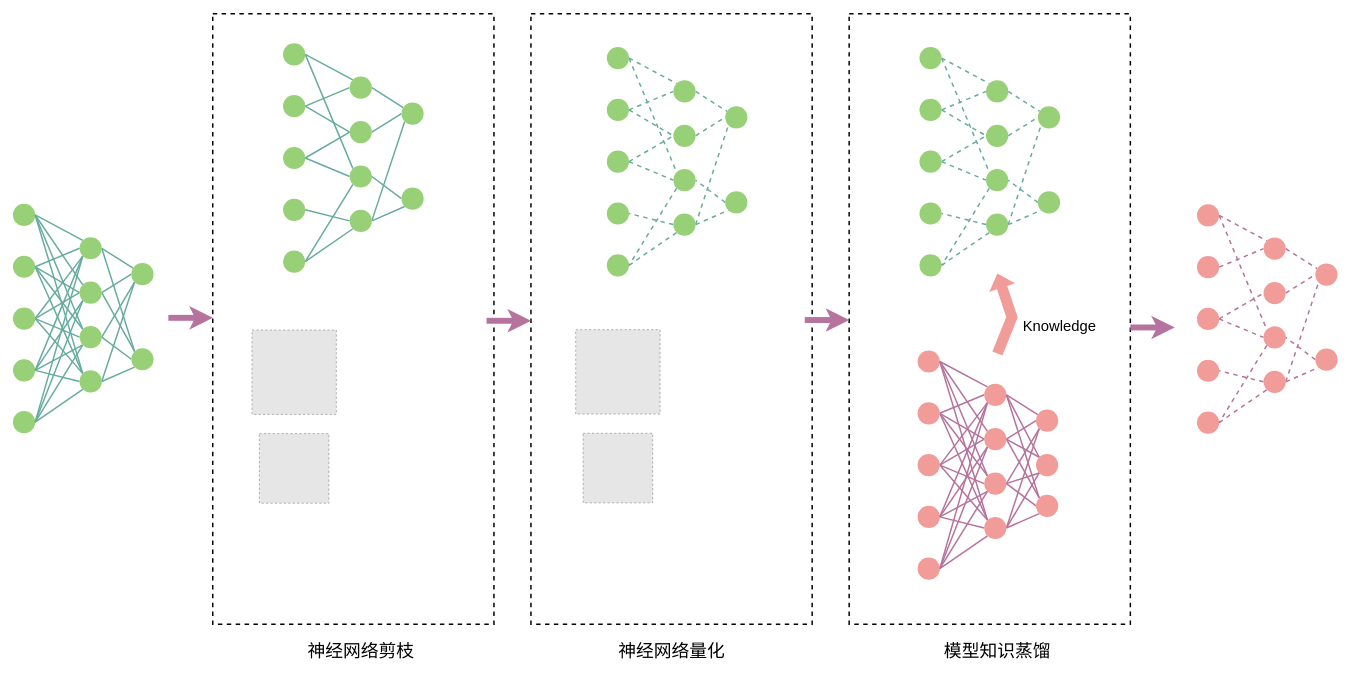
Before: compression.drawio in lsq4747/img, a draw.io diagram. Source tidied: cells renumbered, new cells numbered last; positions are measured from the earlier drawing's top-left corner, leaving out a move shared by most shapes. Both pictures are drawn from the tidied source at 74%, with x=0, y=0 at pixel (13, 13). Pictures stored in the file or linked from it are replaced by grey dashed boxes.
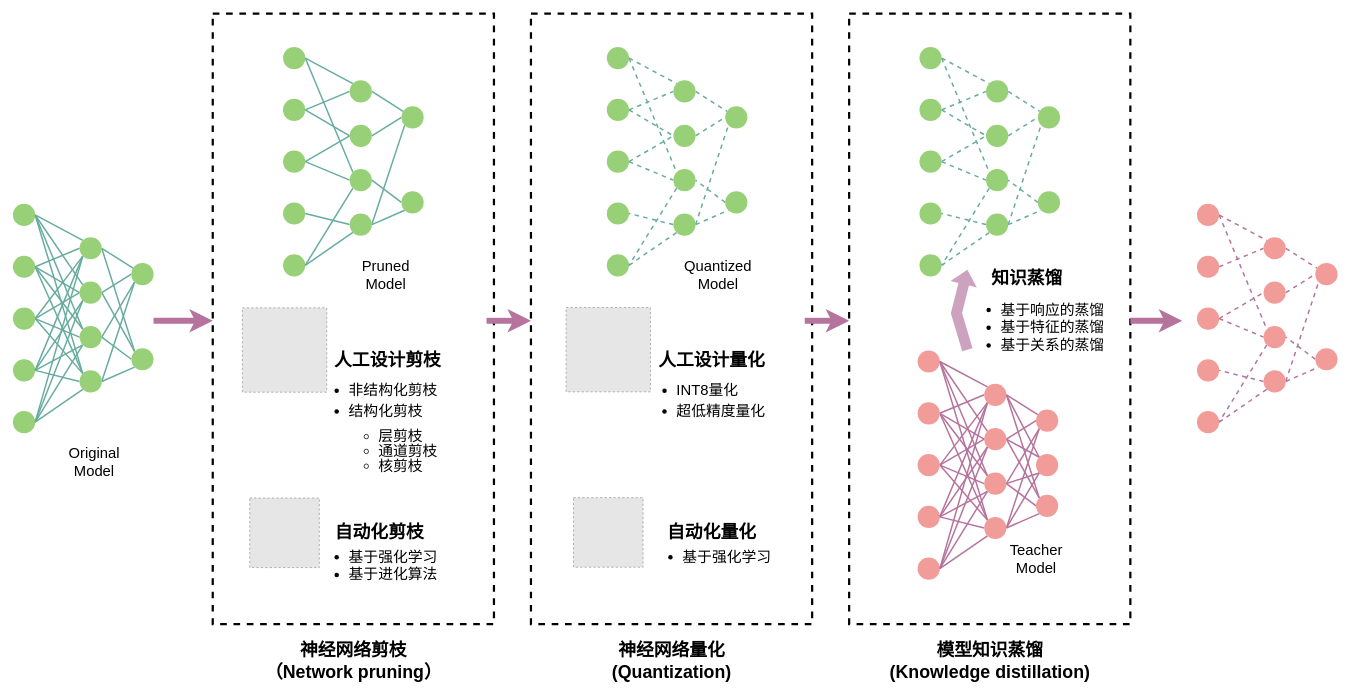
Above is the later version.

What changed in the source:
```diff
@@
-    <mxCell id="2" style="rounded=0;whiteSpace=wrap;html=1;dashed=1;strokeWidth=2;" parent="1" vertex="1">
+    <mxCell id="2" style="rounded=0;whiteSpace=wrap;html=1;dashed=1;strokeWidth=3;" parent="1" vertex="1">
       <mxGeometry x="270" width="380" height="825" as="geometry" />
     </mxCell>
-    <mxCell id="3" value="&lt;font style=&quot;font-size: 24px;&quot;&gt;神经网络剪枝&lt;/font&gt;" style="text;html=1;strokeColor=none;fillColor=none;align=center;verticalAlign=middle;whiteSpace=wrap;rounded=0;dashed=1;strokeWidth=2;" parent="1" vertex="1">
-      <mxGeometry x="377.5" y="842" width="185" height="40" as="geometry" />
+    <mxCell id="3" value="&lt;b&gt;&lt;font style=&quot;font-size: 24px;&quot;&gt;神经网络剪枝（Network pruning）&lt;/font&gt;&lt;/b&gt;" style="text;html=1;strokeColor=none;fillColor=none;align=center;verticalAlign=middle;whiteSpace=wrap;rounded=0;dashed=1;strokeWidth=2;" parent="1" vertex="1">
+      <mxGeometry x="328.8" y="855" width="262.5" height="40" as="geometry" />
     </mxCell>
-    <mxCell id="4" value="&lt;font style=&quot;font-size: 24px;&quot;&gt;神经网络量化&lt;/font&gt;" style="text;html=1;strokeColor=none;fillColor=none;align=center;verticalAlign=middle;whiteSpace=wrap;rounded=0;dashed=1;strokeWidth=2;" parent="1" vertex="1">
-      <mxGeometry x="797.5" y="842" width="185" height="40" as="geometry" />
+    <mxCell id="4" value="&lt;div&gt;&lt;b&gt;&lt;font style=&quot;font-size: 24px;&quot;&gt;神经网络量化&lt;/font&gt;&lt;/b&gt;&lt;/div&gt;&lt;div&gt;&lt;b&gt;&lt;font style=&quot;font-size: 24px;&quot;&gt;(Quantization)&lt;br&gt;&lt;/font&gt;&lt;/b&gt;&lt;/div&gt;" style="text;html=1;strokeColor=none;fillColor=none;align=center;verticalAlign=middle;whiteSpace=wrap;rounded=0;dashed=1;strokeWidth=2;" parent="1" vertex="1">
+      <mxGeometry x="797.5" y="855" width="185" height="40" as="geometry" />
     </mxCell>
-    <mxCell id="5" value="&lt;font style=&quot;font-size: 24px;&quot;&gt;模型知识蒸馏&lt;/font&gt;" style="text;html=1;strokeColor=none;fillColor=none;align=center;verticalAlign=middle;whiteSpace=wrap;rounded=0;dashed=1;strokeWidth=2;" parent="1" vertex="1">
-      <mxGeometry x="1237.5" y="842" width="185" height="40" as="geometry" />
+    <mxCell id="5" value="&lt;div&gt;&lt;b&gt;&lt;font style=&quot;font-size: 24px;&quot;&gt;模型知识蒸馏&lt;/font&gt;&lt;/b&gt;&lt;/div&gt;&lt;div&gt;&lt;b&gt;&lt;font style=&quot;font-size: 24px;&quot;&gt;(Knowledge distillation)&lt;br&gt;&lt;/font&gt;&lt;/b&gt;&lt;/div&gt;" style="text;html=1;strokeColor=none;fillColor=none;align=center;verticalAlign=middle;whiteSpace=wrap;rounded=0;dashed=1;strokeWidth=2;" parent="1" vertex="1">
+      <mxGeometry x="1183.8" y="855" width="272.5" height="40" as="geometry" />
     </mxCell>
@@
     <mxCell id="47" style="ellipse;whiteSpace=wrap;html=1;strokeWidth=2;fontSize=24;fillColor=#F19C99;strokeColor=none;dashed=1;" parent="1" vertex="1">
-      <mxGeometry x="1600" y="257.5" width="30" height="30" as="geometry" />
+      <mxGeometry x="1600" y="257" width="30" height="30" as="geometry" />
     </mxCell>
@@
     <mxCell id="49" style="ellipse;whiteSpace=wrap;html=1;strokeWidth=2;fontSize=24;fillColor=#F19C99;strokeColor=none;dashed=1;" parent="1" vertex="1">
-      <mxGeometry x="1600" y="327.5" width="30" height="30" as="geometry" />
+      <mxGeometry x="1600" y="327" width="30" height="30" as="geometry" />
     </mxCell>
@@
     <mxCell id="52" style="ellipse;whiteSpace=wrap;html=1;strokeWidth=2;fontSize=24;fillColor=#F19C99;strokeColor=none;dashed=1;" parent="1" vertex="1">
-      <mxGeometry x="1600" y="397.5" width="30" height="30" as="geometry" />
+      <mxGeometry x="1600" y="397" width="30" height="30" as="geometry" />
     </mxCell>
     <mxCell id="53" style="ellipse;whiteSpace=wrap;html=1;strokeWidth=2;fontSize=24;fillColor=#F19C99;strokeColor=none;dashed=1;" parent="1" vertex="1">
-      <mxGeometry x="1600" y="467.5" width="30" height="30" as="geometry" />
+      <mxGeometry x="1600" y="467" width="30" height="30" as="geometry" />
     </mxCell>
@@
     <mxCell id="55" style="ellipse;whiteSpace=wrap;html=1;strokeWidth=2;fontSize=24;fillColor=#F19C99;strokeColor=none;dashed=1;" parent="1" vertex="1">
-      <mxGeometry x="1600" y="537.5" width="30" height="30" as="geometry" />
+      <mxGeometry x="1600" y="537" width="30" height="30" as="geometry" />
     </mxCell>
@@
     <mxCell id="58" style="ellipse;whiteSpace=wrap;html=1;strokeWidth=2;fontSize=24;fillColor=#F19C99;strokeColor=none;dashed=1;" parent="1" vertex="1">
-      <mxGeometry x="1690" y="302.5" width="30" height="30" as="geometry" />
+      <mxGeometry x="1690" y="302" width="30" height="30" as="geometry" />
     </mxCell>
@@
     <mxCell id="60" style="ellipse;whiteSpace=wrap;html=1;strokeWidth=2;fontSize=24;fillColor=#F19C99;strokeColor=none;dashed=1;" parent="1" vertex="1">
-      <mxGeometry x="1690" y="362.5" width="30" height="30" as="geometry" />
+      <mxGeometry x="1690" y="362" width="30" height="30" as="geometry" />
     </mxCell>
     <mxCell id="61" style="ellipse;whiteSpace=wrap;html=1;strokeWidth=2;fontSize=24;fillColor=#F19C99;strokeColor=none;dashed=1;" parent="1" vertex="1">
-      <mxGeometry x="1690" y="422.5" width="30" height="30" as="geometry" />
+      <mxGeometry x="1690" y="422" width="30" height="30" as="geometry" />
     </mxCell>
@@
     <mxCell id="65" style="ellipse;whiteSpace=wrap;html=1;strokeWidth=2;fontSize=24;fillColor=#F19C99;strokeColor=none;dashed=1;" parent="1" vertex="1">
-      <mxGeometry x="1690" y="482.5" width="30" height="30" as="geometry" />
+      <mxGeometry x="1690" y="482" width="30" height="30" as="geometry" />
     </mxCell>
     <mxCell id="66" style="ellipse;whiteSpace=wrap;html=1;strokeWidth=2;fontSize=24;fillColor=#F19C99;strokeColor=none;dashed=1;" parent="1" vertex="1">
-      <mxGeometry x="1760" y="337.5" width="30" height="30" as="geometry" />
+      <mxGeometry x="1760" y="337" width="30" height="30" as="geometry" />
     </mxCell>
@@
     <mxCell id="68" style="ellipse;whiteSpace=wrap;html=1;strokeWidth=2;fontSize=24;fillColor=#F19C99;strokeColor=none;dashed=1;" parent="1" vertex="1">
-      <mxGeometry x="1760" y="452.5" width="30" height="30" as="geometry" />
+      <mxGeometry x="1760" y="452" width="30" height="30" as="geometry" />
     </mxCell>
-    <mxCell id="69" style="rounded=0;whiteSpace=wrap;html=1;dashed=1;strokeWidth=2;" parent="1" vertex="1">
+    <mxCell id="69" style="rounded=0;whiteSpace=wrap;html=1;dashed=1;strokeWidth=3;" parent="1" vertex="1">
       <mxGeometry x="700" width="380" height="825" as="geometry" />
     </mxCell>
-    <mxCell id="70" style="rounded=0;whiteSpace=wrap;html=1;dashed=1;strokeWidth=2;" parent="1" vertex="1">
+    <mxCell id="70" style="rounded=0;whiteSpace=wrap;html=1;dashed=1;strokeWidth=3;" parent="1" vertex="1">
       <mxGeometry x="1130" width="380" height="825" as="geometry" />
     </mxCell>
@@
     <mxCell id="73" style="ellipse;whiteSpace=wrap;html=1;strokeWidth=2;fontSize=24;fillColor=#97D077;strokeColor=none;" parent="1" vertex="1">
-      <mxGeometry x="365" y="40" width="30" height="30" as="geometry" />
+      <mxGeometry x="365" y="45" width="30" height="30" as="geometry" />
     </mxCell>
@@
     <mxCell id="76" style="ellipse;whiteSpace=wrap;html=1;strokeWidth=2;fontSize=24;fillColor=#97D077;strokeColor=none;" parent="1" vertex="1">
-      <mxGeometry x="365" y="110" width="30" height="30" as="geometry" />
+      <mxGeometry x="365" y="115" width="30" height="30" as="geometry" />
     </mxCell>
@@
     <mxCell id="79" style="ellipse;whiteSpace=wrap;html=1;strokeWidth=2;fontSize=24;fillColor=#97D077;strokeColor=none;" parent="1" vertex="1">
-      <mxGeometry x="365" y="180" width="30" height="30" as="geometry" />
+      <mxGeometry x="365" y="185" width="30" height="30" as="geometry" />
     </mxCell>
     <mxCell id="80" style="ellipse;whiteSpace=wrap;html=1;strokeWidth=2;fontSize=24;fillColor=#97D077;strokeColor=none;" parent="1" vertex="1">
-      <mxGeometry x="365" y="250" width="30" height="30" as="geometry" />
+      <mxGeometry x="365" y="255" width="30" height="30" as="geometry" />
     </mxCell>
@@
     <mxCell id="82" style="ellipse;whiteSpace=wrap;html=1;strokeWidth=2;fontSize=24;fillColor=#97D077;strokeColor=none;" parent="1" vertex="1">
-      <mxGeometry x="365" y="320" width="30" height="30" as="geometry" />
+      <mxGeometry x="365" y="325" width="30" height="30" as="geometry" />
     </mxCell>
@@
     <mxCell id="84" style="ellipse;whiteSpace=wrap;html=1;strokeWidth=2;fontSize=24;fillColor=#97D077;strokeColor=none;" parent="1" vertex="1">
-      <mxGeometry x="455" y="85" width="30" height="30" as="geometry" />
+      <mxGeometry x="455" y="90" width="30" height="30" as="geometry" />
     </mxCell>
@@
     <mxCell id="86" style="ellipse;whiteSpace=wrap;html=1;strokeWidth=2;fontSize=24;fillColor=#97D077;strokeColor=none;" parent="1" vertex="1">
-      <mxGeometry x="455" y="145" width="30" height="30" as="geometry" />
+      <mxGeometry x="455" y="150" width="30" height="30" as="geometry" />
     </mxCell>
@@
     <mxCell id="88" style="ellipse;whiteSpace=wrap;html=1;strokeWidth=2;fontSize=24;fillColor=#97D077;strokeColor=none;" parent="1" vertex="1">
-      <mxGeometry x="455" y="205" width="30" height="30" as="geometry" />
+      <mxGeometry x="455" y="210" width="30" height="30" as="geometry" />
     </mxCell>
@@
     <mxCell id="92" style="ellipse;whiteSpace=wrap;html=1;strokeWidth=2;fontSize=24;fillColor=#97D077;strokeColor=none;" parent="1" vertex="1">
-      <mxGeometry x="455" y="265" width="30" height="30" as="geometry" />
+      <mxGeometry x="455" y="270" width="30" height="30" as="geometry" />
     </mxCell>
     <mxCell id="93" style="ellipse;whiteSpace=wrap;html=1;strokeWidth=2;fontSize=24;fillColor=#97D077;strokeColor=none;" parent="1" vertex="1">
-      <mxGeometry x="525" y="120" width="30" height="30" as="geometry" />
+      <mxGeometry x="525" y="125" width="30" height="30" as="geometry" />
     </mxCell>
@@
     <mxCell id="95" style="ellipse;whiteSpace=wrap;html=1;strokeWidth=2;fontSize=24;fillColor=#97D077;strokeColor=none;" parent="1" vertex="1">
-      <mxGeometry x="525" y="235" width="30" height="30" as="geometry" />
+      <mxGeometry x="525" y="240" width="30" height="30" as="geometry" />
     </mxCell>
@@
-    <mxCell id="190" style="shape=flexArrow;endArrow=classic;html=1;rounded=0;strokeColor=none;strokeWidth=2;fontSize=24;fillColor=#F19C99;width=13.6;endSize=6.08;" parent="1" edge="1">
+    <mxCell id="190" style="shape=flexArrow;endArrow=classic;html=1;rounded=0;strokeColor=none;strokeWidth=2;fontSize=24;fillColor=#CDA2BE;width=13.6;endSize=6.08;" parent="1" edge="1">
       <mxGeometry relative="1" as="geometry">
-        <mxPoint x="1330" y="460" as="sourcePoint" />
-        <mxPoint x="1330" y="350" as="targetPoint" />
+        <mxPoint x="1290" y="455" as="sourcePoint" />
+        <mxPoint x="1290" y="345" as="targetPoint" />
         <Array as="points">
-          <mxPoint x="1350" y="410" />
+          <mxPoint x="1275" y="404.5" />
         </Array>
       </mxGeometry>
     </mxCell>
-    <mxCell id="191" value="&lt;font style=&quot;font-size: 20px;&quot;&gt;Knowledge&lt;/font&gt;" style="edgeLabel;html=1;align=center;verticalAlign=middle;fontSize=24;labelBackgroundColor=none;" parent="190" vertex="1">
+    <mxCell id="191" value="&lt;b&gt;知识蒸馏&lt;/b&gt;" style="edgeLabel;html=1;align=center;verticalAlign=middle;fontSize=24;labelBackgroundColor=none;" parent="190" vertex="1">
       <mxGeometry x="0.67" y="-2" relative="1" as="geometry">
-        <mxPoint x="76" y="53" as="offset" />
+        <mxPoint x="82" y="-6" as="offset" />
       </mxGeometry>
     </mxCell>
     <mxCell id="192" style="endArrow=classic;html=1;rounded=0;strokeColor=#B5739D;strokeWidth=8;fontSize=20;fillColor=#F19C99;" parent="1" edge="1">
       <mxGeometry relative="1" as="geometry">
-        <mxPoint x="210" y="411" as="sourcePoint" />
-        <mxPoint x="270" y="411" as="targetPoint" />
+        <mxPoint x="190" y="415" as="sourcePoint" />
+        <mxPoint x="270" y="415" as="targetPoint" />
       </mxGeometry>
     </mxCell>
@@
     <mxCell id="194" style="endArrow=classic;html=1;rounded=0;strokeColor=#B5739D;strokeWidth=8;fontSize=20;fillColor=#F19C99;" parent="1" edge="1">
       <mxGeometry relative="1" as="geometry">
-        <mxPoint x="1070" y="414" as="sourcePoint" />
-        <mxPoint x="1130" y="414" as="targetPoint" />
+        <mxPoint x="1070" y="415" as="sourcePoint" />
+        <mxPoint x="1130" y="415" as="targetPoint" />
       </mxGeometry>
     </mxCell>
     <mxCell id="195" style="endArrow=classic;html=1;rounded=0;strokeColor=#B5739D;strokeWidth=8;fontSize=20;fillColor=#F19C99;" parent="1" edge="1">
       <mxGeometry relative="1" as="geometry">
-        <mxPoint x="1510" y="424" as="sourcePoint" />
-        <mxPoint x="1570" y="424" as="targetPoint" />
+        <mxPoint x="1510" y="415" as="sourcePoint" />
+        <mxPoint x="1580" y="415" as="targetPoint" />
       </mxGeometry>
     </mxCell>
     <mxCell id="196" style="fillColor=#E6E6E6;strokeColor=#999999;dashed=1;verticalLabelPosition=bottom;verticalAlign=top;labelBackgroundColor=none;fontSize=20;" parent="1" vertex="1">
-      <mxGeometry x="323" y="427.5" width="114" height="114" as="geometry" />
+      <mxGeometry x="310" y="397.5" width="114" height="114" as="geometry" />
     </mxCell>
     <mxCell id="197" style="fillColor=#E6E6E6;strokeColor=#999999;dashed=1;verticalLabelPosition=bottom;verticalAlign=top;" parent="1" vertex="1">
-      <mxGeometry x="333" y="567.5" width="94" height="94" as="geometry" />
+      <mxGeometry x="320" y="654.5" width="94" height="94" as="geometry" />
     </mxCell>
     <mxCell id="198" style="fillColor=#E6E6E6;strokeColor=#999999;dashed=1;verticalLabelPosition=bottom;verticalAlign=top;labelBackgroundColor=none;fontSize=20;" parent="1" vertex="1">
-      <mxGeometry x="760.5" y="427" width="114" height="114" as="geometry" />
+      <mxGeometry x="747.5" y="397" width="114" height="114" as="geometry" />
     </mxCell>
     <mxCell id="199" style="fillColor=#E6E6E6;strokeColor=#999999;dashed=1;verticalLabelPosition=bottom;verticalAlign=top;" parent="1" vertex="1">
-      <mxGeometry x="770.5" y="567" width="94" height="94" as="geometry" />
+      <mxGeometry x="757.5" y="654" width="94" height="94" as="geometry" />
     </mxCell>
+    <mxCell id="200" value="&lt;div&gt;&lt;b&gt;&lt;font style=&quot;font-size: 24px;&quot;&gt;人工设计剪枝&lt;/font&gt;&lt;/b&gt;&lt;/div&gt;" style="text;html=1;strokeColor=none;fillColor=none;align=center;verticalAlign=middle;whiteSpace=wrap;rounded=0;dashed=1;strokeWidth=2;" parent="1" vertex="1">
+      <mxGeometry x="414" y="447.5" width="185" height="40" as="geometry" />
+    </mxCell>
+    <mxCell id="201" value="&lt;b&gt;&lt;font style=&quot;font-size: 24px;&quot;&gt;自动化剪枝&lt;/font&gt;&lt;/b&gt;" style="text;html=1;strokeColor=none;fillColor=none;align=center;verticalAlign=middle;whiteSpace=wrap;rounded=0;dashed=1;strokeWidth=2;" parent="1" vertex="1">
+      <mxGeometry x="403.2" y="680.5" width="185" height="40" as="geometry" />
+    </mxCell>
+    <mxCell id="202" value="&lt;b&gt;&lt;font style=&quot;font-size: 24px;&quot;&gt;人工设计量化&lt;/font&gt;&lt;/b&gt;" style="text;html=1;strokeColor=none;fillColor=none;align=center;verticalAlign=middle;whiteSpace=wrap;rounded=0;dashed=1;strokeWidth=2;" parent="1" vertex="1">
+      <mxGeometry x="851.5" y="447.5" width="185" height="40" as="geometry" />
+    </mxCell>
+    <mxCell id="203" value="&lt;b&gt;&lt;font style=&quot;font-size: 24px;&quot;&gt;自动化量化&lt;/font&gt;&lt;/b&gt;" style="text;html=1;strokeColor=none;fillColor=none;align=center;verticalAlign=middle;whiteSpace=wrap;rounded=0;dashed=1;strokeWidth=2;" parent="1" vertex="1">
+      <mxGeometry x="851.5" y="680.5" width="185" height="40" as="geometry" />
+    </mxCell>
+    <mxCell id="204" value="&lt;div&gt;&lt;font style=&quot;font-size: 20px;&quot;&gt;Teacher Model&lt;/font&gt;&lt;br&gt;&lt;/div&gt;" style="text;html=1;strokeColor=none;fillColor=none;align=center;verticalAlign=middle;whiteSpace=wrap;rounded=0;" parent="1" vertex="1">
+      <mxGeometry x="1352.5" y="721" width="60" height="30" as="geometry" />
+    </mxCell>
+    <mxCell id="205" value="&lt;div&gt;&lt;font style=&quot;font-size: 20px;&quot;&gt;Original&lt;/font&gt;&lt;/div&gt;&lt;div&gt;&lt;font style=&quot;font-size: 20px;&quot;&gt;Model&lt;br&gt;&lt;/font&gt;&lt;/div&gt;" style="text;html=1;strokeColor=none;fillColor=none;align=center;verticalAlign=middle;whiteSpace=wrap;rounded=0;" parent="1" vertex="1">
+      <mxGeometry x="80" y="590" width="60" height="30" as="geometry" />
+    </mxCell>
+    <mxCell id="206" value="&lt;ul style=&quot;line-height: 40%;&quot;&gt;&lt;li&gt;非结构化剪枝&lt;/li&gt;&lt;/ul&gt;&lt;ul style=&quot;line-height: 40%;&quot;&gt;&lt;li&gt;结构化剪枝&lt;/li&gt;&lt;/ul&gt;&lt;ul style=&quot;line-height: 100%;&quot;&gt;&lt;ul&gt;&lt;li&gt;层剪枝&lt;/li&gt;&lt;li&gt;通道剪枝&lt;/li&gt;&lt;li&gt;核剪枝&lt;br&gt;&lt;/li&gt;&lt;/ul&gt;&lt;/ul&gt;" style="text;html=1;strokeColor=none;fillColor=none;spacing=5;spacingTop=-20;whiteSpace=wrap;overflow=hidden;rounded=0;fontSize=20;" parent="1" vertex="1">
+      <mxGeometry x="409" y="495" width="190" height="184.5" as="geometry" />
+    </mxCell>
+    <mxCell id="207" value="&lt;p style=&quot;line-height: 70%;&quot;&gt;&lt;/p&gt;&lt;ul&gt;&lt;li&gt;基于强化学习&lt;/li&gt;&lt;li&gt;基于进化算法&lt;/li&gt;&lt;/ul&gt;&lt;p&gt;&lt;/p&gt;" style="text;html=1;strokeColor=none;fillColor=none;spacing=5;spacingTop=-20;whiteSpace=wrap;overflow=hidden;rounded=0;fontSize=20;" parent="1" vertex="1">
+      <mxGeometry x="409" y="711.5" width="190" height="62.8" as="geometry" />
+    </mxCell>
+    <mxCell id="208" value="&lt;ul style=&quot;line-height: 40%;&quot;&gt;&lt;li&gt;INT8量化&lt;br&gt;&lt;/li&gt;&lt;/ul&gt;&lt;ul style=&quot;line-height: 40%;&quot;&gt;&lt;li&gt;超低精度量化&lt;br&gt;&lt;/li&gt;&lt;/ul&gt;" style="text;html=1;strokeColor=none;fillColor=none;spacing=5;spacingTop=-20;whiteSpace=wrap;overflow=hidden;rounded=0;fontSize=20;" parent="1" vertex="1">
+      <mxGeometry x="851.5" y="495" width="190" height="184.5" as="geometry" />
+    </mxCell>
+    <mxCell id="209" value="&lt;p style=&quot;line-height: 70%;&quot;&gt;&lt;/p&gt;&lt;ul&gt;&lt;li&gt;基于强化学习&lt;/li&gt;&lt;/ul&gt;&lt;p&gt;&lt;/p&gt;" style="text;html=1;strokeColor=none;fillColor=none;spacing=5;spacingTop=-20;whiteSpace=wrap;overflow=hidden;rounded=0;fontSize=20;" parent="1" vertex="1">
+      <mxGeometry x="860" y="711.5" width="190" height="62.8" as="geometry" />
+    </mxCell>
+    <mxCell id="210" value="&lt;p style=&quot;line-height: 70%;&quot;&gt;&lt;/p&gt;&lt;ul&gt;&lt;li&gt;基于响应的蒸馏&lt;/li&gt;&lt;li&gt;基于特征的蒸馏&lt;/li&gt;&lt;li&gt;基于关系的蒸馏&lt;br&gt;&lt;/li&gt;&lt;/ul&gt;&lt;p&gt;&lt;/p&gt;" style="text;html=1;strokeColor=none;fillColor=none;spacing=5;spacingTop=-20;whiteSpace=wrap;overflow=hidden;rounded=0;fontSize=20;" parent="1" vertex="1">
+      <mxGeometry x="1290" y="377.5" width="190" height="104.5" as="geometry" />
+    </mxCell>
+    <mxCell id="211" value="&lt;div&gt;&lt;font style=&quot;font-size: 20px;&quot;&gt;Pruned Model&lt;/font&gt;&lt;br&gt;&lt;/div&gt;" style="text;html=1;strokeColor=none;fillColor=none;align=center;verticalAlign=middle;whiteSpace=wrap;rounded=0;" parent="1" vertex="1">
+      <mxGeometry x="474" y="337" width="60" height="30" as="geometry" />
+    </mxCell>
+    <mxCell id="212" value="&lt;div&gt;&lt;font style=&quot;font-size: 20px;&quot;&gt;Quantized&lt;/font&gt;&lt;/div&gt;&lt;div&gt;&lt;font style=&quot;font-size: 20px;&quot;&gt;Model&lt;/font&gt;&lt;br&gt;&lt;/div&gt;" style="text;html=1;strokeColor=none;fillColor=none;align=center;verticalAlign=middle;whiteSpace=wrap;rounded=0;" parent="1" vertex="1">
+      <mxGeometry x="922.5" y="337" width="60" height="30" as="geometry" />
+    </mxCell>
```
